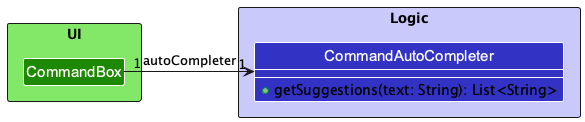
Above: docs/images/AutocompleteClassDiagram.png in jyc300564/tp (PlantUML), before the change.
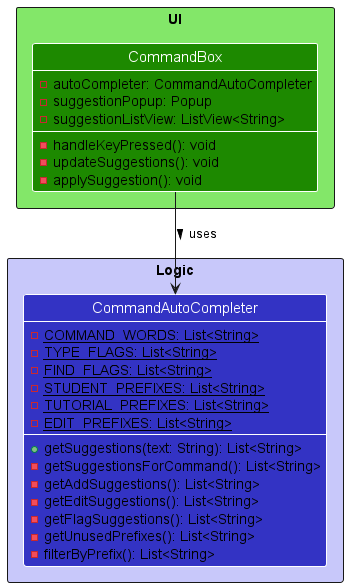
Above is the later version.

Diff of the diagram source:
```diff
@@ -3,17 +3,38 @@
 skinparam ArrowFontStyle plain
 
 package UI <<Rectangle>> UI_COLOR_T1 {
-    class CommandBox UI_COLOR
+    class CommandBox UI_COLOR {
+        -autoCompleter: CommandAutoCompleter
+        -suggestionPopup: Popup
+        -suggestionListView: ListView<String>
+        -handleKeyPressed(): void
+        -updateSuggestions(): void
+        -applySuggestion(): void
+    }
+
 }
 
 package Logic <<Rectangle>> LOGIC_COLOR_T1 {
     class CommandAutoCompleter LOGIC_COLOR {
+        -{static} COMMAND_WORDS: List<String>
+        -{static} TYPE_FLAGS: List<String>
+        -{static} FIND_FLAGS: List<String>
+        -{static} STUDENT_PREFIXES: List<String>
+        -{static} TUTORIAL_PREFIXES: List<String>
+        -{static} EDIT_PREFIXES: List<String>
         +getSuggestions(text: String): List<String>
+        -getSuggestionsForCommand(): List<String>
+        -getAddSuggestions(): List<String>
+        -getEditSuggestions(): List<String>
+        -getFlagSuggestions(): List<String>
+        -getUnusedPrefixes(): List<String>
+        -filterByPrefix(): List<String>
     }
 }
 
+show CommandBox members
 show CommandAutoCompleter members
 
-CommandBox "1" -right-> "1" CommandAutoCompleter : autoCompleter
+CommandBox --> CommandAutoCompleter : uses >
 
 @enduml
```
